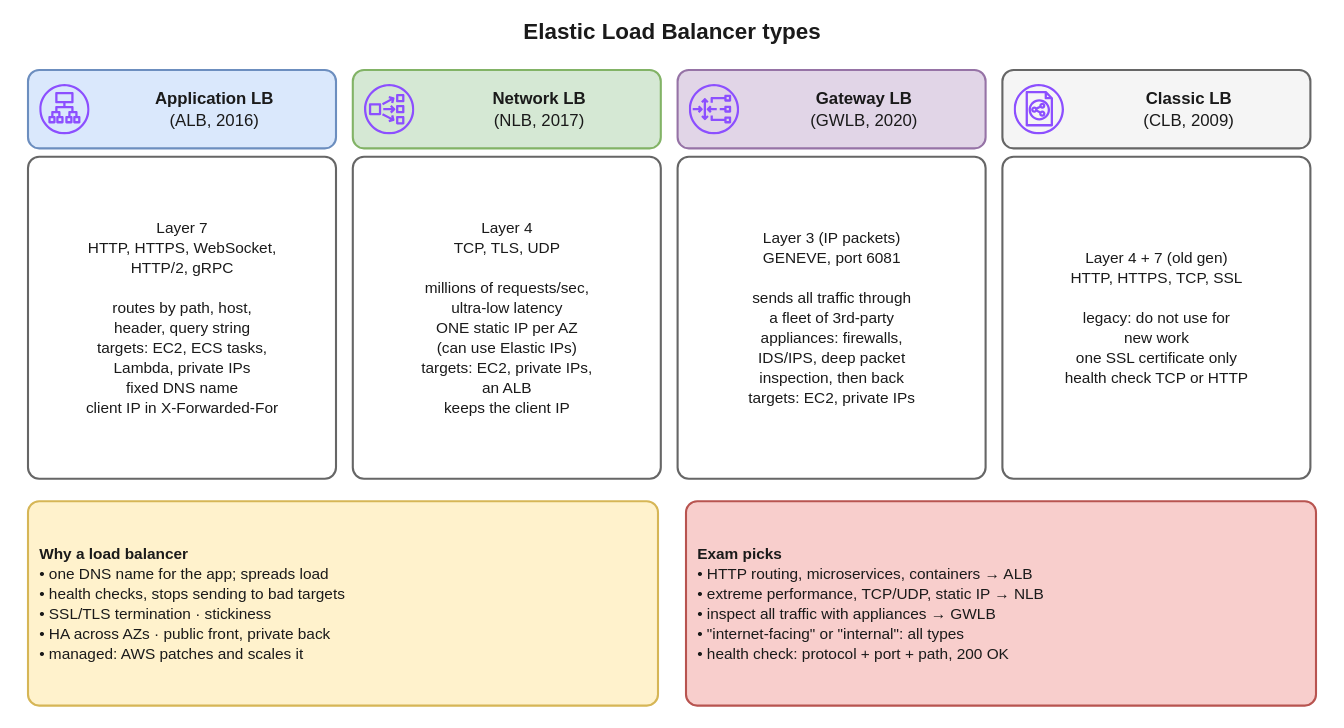
Above: interview-prep/aws/diagrams/elb-01-types.drawio.svg in suraj9741/interview (draw.io), before the change. Source tidied: cells renumbered, new cells last; positions are measured from the earlier drawing's top-left corner, leaving out a move shared by most shapes. The source it was exported from:
```xml
<mxGraphModel>
  <root>
    <mxCell id="0" />
    <mxCell id="1" parent="0" />
    <mxCell id="2" value="Elastic Load Balancer types" style="text;strokeColor=none;fillColor=none;whiteSpace=wrap;html=1;fontSize=16;fontColor=#1a1a1a;fontFamily=Helvetica;align=center;verticalAlign=middle;fontStyle=1;" parent="1" vertex="1">
      <mxGeometry width="960" height="28" as="geometry" />
    </mxCell>
    <mxCell id="3" value="&lt;b&gt;Application LB&lt;/b&gt;&lt;br&gt;(ALB, 2016)" style="rounded=1;absoluteArcSize=1;arcSize=16;fillColor=#dae8fc;strokeColor=#6c8ebf;strokeWidth=1.5;whiteSpace=wrap;html=1;fontSize=12;fontColor=#1a1a1a;fontFamily=Helvetica;align=center;verticalAlign=middle;spacingLeft=46;" parent="1" vertex="1">
      <mxGeometry x="20" y="42" width="220" height="56" as="geometry" />
    </mxCell>
    <mxCell id="4" style="sketch=0;fontColor=#232F3E;gradientColor=none;dashed=0;verticalLabelPosition=bottom;verticalAlign=top;align=center;html=1;fontSize=12;fontStyle=0;fillColor=#8C4FFF;strokeColor=none;shape=mxgraph.aws4.application_load_balancer;" parent="1" vertex="1">
      <mxGeometry x="28" y="52" width="36" height="36" as="geometry" />
    </mxCell>
    <mxCell id="5" value="Layer 7&lt;br&gt;HTTP, HTTPS, WebSocket,&lt;br&gt;HTTP/2, gRPC&lt;br&gt;&lt;br&gt;routes by path, host,&lt;br&gt;header, query string&lt;br&gt;targets: EC2, ECS tasks,&lt;br&gt;Lambda, private IPs&lt;br&gt;fixed DNS name&lt;br&gt;client IP in X-Forwarded-For" style="rounded=1;absoluteArcSize=1;arcSize=16;fillColor=#ffffff;strokeColor=#666666;strokeWidth=1.5;whiteSpace=wrap;html=1;fontSize=11;fontColor=#1a1a1a;fontFamily=Helvetica;align=center;verticalAlign=middle;" parent="1" vertex="1">
      <mxGeometry x="20" y="104" width="220" height="230" as="geometry" />
    </mxCell>
    <mxCell id="6" value="&lt;b&gt;Network LB&lt;/b&gt;&lt;br&gt;(NLB, 2017)" style="rounded=1;absoluteArcSize=1;arcSize=16;fillColor=#d5e8d4;strokeColor=#82b366;strokeWidth=1.5;whiteSpace=wrap;html=1;fontSize=12;fontColor=#1a1a1a;fontFamily=Helvetica;align=center;verticalAlign=middle;spacingLeft=46;" parent="1" vertex="1">
      <mxGeometry x="252" y="42" width="220" height="56" as="geometry" />
    </mxCell>
    <mxCell id="7" style="sketch=0;fontColor=#232F3E;gradientColor=none;dashed=0;verticalLabelPosition=bottom;verticalAlign=top;align=center;html=1;fontSize=12;fontStyle=0;fillColor=#8C4FFF;strokeColor=none;shape=mxgraph.aws4.network_load_balancer;" parent="1" vertex="1">
      <mxGeometry x="260" y="52" width="36" height="36" as="geometry" />
    </mxCell>
    <mxCell id="8" value="Layer 4&lt;br&gt;TCP, TLS, UDP&lt;br&gt;&lt;br&gt;millions of requests/sec,&lt;br&gt;ultra-low latency&lt;br&gt;ONE static IP per AZ&lt;br&gt;(can use Elastic IPs)&lt;br&gt;targets: EC2, private IPs,&lt;br&gt;an ALB&lt;br&gt;keeps the client IP" style="rounded=1;absoluteArcSize=1;arcSize=16;fillColor=#ffffff;strokeColor=#666666;strokeWidth=1.5;whiteSpace=wrap;html=1;fontSize=11;fontColor=#1a1a1a;fontFamily=Helvetica;align=center;verticalAlign=middle;" parent="1" vertex="1">
      <mxGeometry x="252" y="104" width="220" height="230" as="geometry" />
    </mxCell>
    <mxCell id="9" value="&lt;b&gt;Gateway LB&lt;/b&gt;&lt;br&gt;(GWLB, 2020)" style="rounded=1;absoluteArcSize=1;arcSize=16;fillColor=#e1d5e7;strokeColor=#9673a6;strokeWidth=1.5;whiteSpace=wrap;html=1;fontSize=12;fontColor=#1a1a1a;fontFamily=Helvetica;align=center;verticalAlign=middle;spacingLeft=46;" parent="1" vertex="1">
      <mxGeometry x="484" y="42" width="220" height="56" as="geometry" />
    </mxCell>
    <mxCell id="10" style="sketch=0;fontColor=#232F3E;gradientColor=none;dashed=0;verticalLabelPosition=bottom;verticalAlign=top;align=center;html=1;fontSize=12;fontStyle=0;fillColor=#8C4FFF;strokeColor=none;shape=mxgraph.aws4.gateway_load_balancer;" parent="1" vertex="1">
      <mxGeometry x="492" y="52" width="36" height="36" as="geometry" />
    </mxCell>
    <mxCell id="11" value="Layer 3 (IP packets)&lt;br&gt;GENEVE, port 6081&lt;br&gt;&lt;br&gt;sends all traffic through&lt;br&gt;a fleet of 3rd-party&lt;br&gt;appliances: firewalls,&lt;br&gt;IDS/IPS, deep packet&lt;br&gt;inspection, then back&lt;br&gt;targets: EC2, private IPs" style="rounded=1;absoluteArcSize=1;arcSize=16;fillColor=#ffffff;strokeColor=#666666;strokeWidth=1.5;whiteSpace=wrap;html=1;fontSize=11;fontColor=#1a1a1a;fontFamily=Helvetica;align=center;verticalAlign=middle;" parent="1" vertex="1">
      <mxGeometry x="484" y="104" width="220" height="230" as="geometry" />
    </mxCell>
    <mxCell id="12" value="&lt;b&gt;Classic LB&lt;/b&gt;&lt;br&gt;(CLB, 2009)" style="rounded=1;absoluteArcSize=1;arcSize=16;fillColor=#f5f5f5;strokeColor=#666666;strokeWidth=1.5;whiteSpace=wrap;html=1;fontSize=12;fontColor=#1a1a1a;fontFamily=Helvetica;align=center;verticalAlign=middle;spacingLeft=46;" parent="1" vertex="1">
      <mxGeometry x="716" y="42" width="220" height="56" as="geometry" />
    </mxCell>
    <mxCell id="13" style="sketch=0;fontColor=#232F3E;gradientColor=none;dashed=0;verticalLabelPosition=bottom;verticalAlign=top;align=center;html=1;fontSize=12;fontStyle=0;fillColor=#8C4FFF;strokeColor=none;shape=mxgraph.aws4.classic_load_balancer;" parent="1" vertex="1">
      <mxGeometry x="724" y="52" width="36" height="36" as="geometry" />
    </mxCell>
    <mxCell id="14" value="Layer 4 + 7 (old gen)&lt;br&gt;HTTP, HTTPS, TCP, SSL&lt;br&gt;&lt;br&gt;legacy: do not use for&lt;br&gt;new work&lt;br&gt;one SSL certificate only&lt;br&gt;health check TCP or HTTP" style="rounded=1;absoluteArcSize=1;arcSize=16;fillColor=#ffffff;strokeColor=#666666;strokeWidth=1.5;whiteSpace=wrap;html=1;fontSize=11;fontColor=#1a1a1a;fontFamily=Helvetica;align=center;verticalAlign=middle;" parent="1" vertex="1">
      <mxGeometry x="716" y="104" width="220" height="230" as="geometry" />
    </mxCell>
    <mxCell id="15" value="&lt;b&gt;Why a load balancer&lt;/b&gt;&lt;br&gt;• one DNS name for the app; spreads load&lt;br&gt;• health checks, stops sending to bad targets&lt;br&gt;• SSL/TLS termination · stickiness&lt;br&gt;• HA across AZs · public front, private back&lt;br&gt;• managed: AWS patches and scales it" style="rounded=1;absoluteArcSize=1;arcSize=16;fillColor=#fff2cc;strokeColor=#d6b656;strokeWidth=1.5;whiteSpace=wrap;html=1;fontSize=11;fontColor=#1a1a1a;fontFamily=Helvetica;align=left;verticalAlign=middle;spacingLeft=6;" parent="1" vertex="1">
      <mxGeometry x="20" y="350" width="450" height="146" as="geometry" />
    </mxCell>
    <mxCell id="16" value="&lt;b&gt;Exam picks&lt;/b&gt;&lt;br&gt;• HTTP routing, microservices, containers → ALB&lt;br&gt;• extreme performance, TCP/UDP, static IP → NLB&lt;br&gt;• inspect all traffic with appliances → GWLB&lt;br&gt;• &quot;internet-facing&quot; or &quot;internal&quot;: all types&lt;br&gt;• health check: protocol + port + path, 200 OK" style="rounded=1;absoluteArcSize=1;arcSize=16;fillColor=#f8cecc;strokeColor=#b85450;strokeWidth=1.5;whiteSpace=wrap;html=1;fontSize=11;fontColor=#1a1a1a;fontFamily=Helvetica;align=left;verticalAlign=middle;spacingLeft=6;" parent="1" vertex="1">
      <mxGeometry x="490" y="350" width="450" height="146" as="geometry" />
    </mxCell>
  </root>
</mxGraphModel>
```
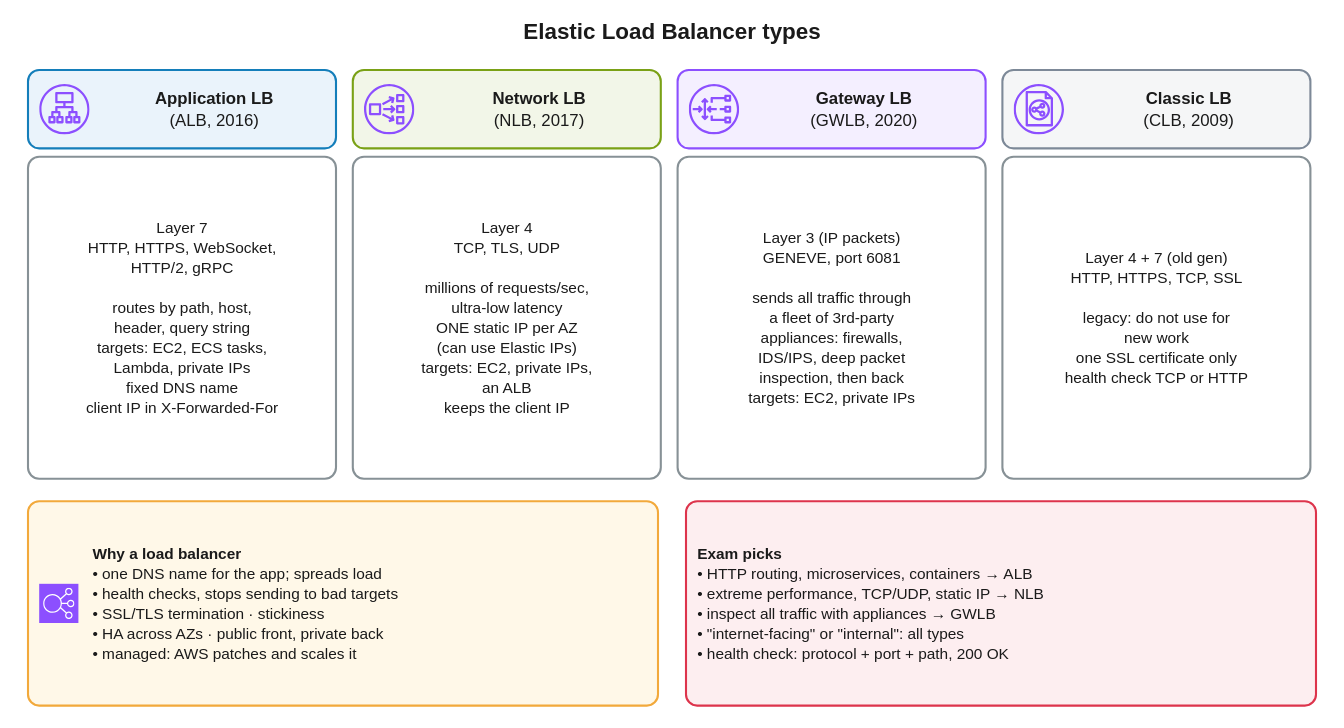
After the change.

The edit, as a diff of the source:
```diff
@@ -5,46 +5,49 @@
     <mxCell id="2" value="Elastic Load Balancer types" style="text;strokeColor=none;fillColor=none;whiteSpace=wrap;html=1;fontSize=16;fontColor=#1a1a1a;fontFamily=Helvetica;align=center;verticalAlign=middle;fontStyle=1;" parent="1" vertex="1">
       <mxGeometry width="960" height="28" as="geometry" />
     </mxCell>
-    <mxCell id="3" value="&lt;b&gt;Application LB&lt;/b&gt;&lt;br&gt;(ALB, 2016)" style="rounded=1;absoluteArcSize=1;arcSize=16;fillColor=#dae8fc;strokeColor=#6c8ebf;strokeWidth=1.5;whiteSpace=wrap;html=1;fontSize=12;fontColor=#1a1a1a;fontFamily=Helvetica;align=center;verticalAlign=middle;spacingLeft=46;" parent="1" vertex="1">
+    <mxCell id="3" value="&lt;b&gt;Application LB&lt;/b&gt;&lt;br&gt;(ALB, 2016)" style="rounded=1;absoluteArcSize=1;arcSize=16;fillColor=#EAF3FB;strokeColor=#147EBA;strokeWidth=1.5;whiteSpace=wrap;html=1;fontSize=12;fontColor=#1a1a1a;fontFamily=Helvetica;align=center;verticalAlign=middle;spacingLeft=46;" parent="1" vertex="1">
       <mxGeometry x="20" y="42" width="220" height="56" as="geometry" />
     </mxCell>
     <mxCell id="4" style="sketch=0;fontColor=#232F3E;gradientColor=none;dashed=0;verticalLabelPosition=bottom;verticalAlign=top;align=center;html=1;fontSize=12;fontStyle=0;fillColor=#8C4FFF;strokeColor=none;shape=mxgraph.aws4.application_load_balancer;" parent="1" vertex="1">
       <mxGeometry x="28" y="52" width="36" height="36" as="geometry" />
     </mxCell>
-    <mxCell id="5" value="Layer 7&lt;br&gt;HTTP, HTTPS, WebSocket,&lt;br&gt;HTTP/2, gRPC&lt;br&gt;&lt;br&gt;routes by path, host,&lt;br&gt;header, query string&lt;br&gt;targets: EC2, ECS tasks,&lt;br&gt;Lambda, private IPs&lt;br&gt;fixed DNS name&lt;br&gt;client IP in X-Forwarded-For" style="rounded=1;absoluteArcSize=1;arcSize=16;fillColor=#ffffff;strokeColor=#666666;strokeWidth=1.5;whiteSpace=wrap;html=1;fontSize=11;fontColor=#1a1a1a;fontFamily=Helvetica;align=center;verticalAlign=middle;" parent="1" vertex="1">
+    <mxCell id="5" value="Layer 7&lt;br&gt;HTTP, HTTPS, WebSocket,&lt;br&gt;HTTP/2, gRPC&lt;br&gt;&lt;br&gt;routes by path, host,&lt;br&gt;header, query string&lt;br&gt;targets: EC2, ECS tasks,&lt;br&gt;Lambda, private IPs&lt;br&gt;fixed DNS name&lt;br&gt;client IP in X-Forwarded-For" style="rounded=1;absoluteArcSize=1;arcSize=16;fillColor=#FFFFFF;strokeColor=#879196;strokeWidth=1.5;whiteSpace=wrap;html=1;fontSize=11;fontColor=#1a1a1a;fontFamily=Helvetica;align=center;verticalAlign=middle;" parent="1" vertex="1">
       <mxGeometry x="20" y="104" width="220" height="230" as="geometry" />
     </mxCell>
-    <mxCell id="6" value="&lt;b&gt;Network LB&lt;/b&gt;&lt;br&gt;(NLB, 2017)" style="rounded=1;absoluteArcSize=1;arcSize=16;fillColor=#d5e8d4;strokeColor=#82b366;strokeWidth=1.5;whiteSpace=wrap;html=1;fontSize=12;fontColor=#1a1a1a;fontFamily=Helvetica;align=center;verticalAlign=middle;spacingLeft=46;" parent="1" vertex="1">
+    <mxCell id="6" value="&lt;b&gt;Network LB&lt;/b&gt;&lt;br&gt;(NLB, 2017)" style="rounded=1;absoluteArcSize=1;arcSize=16;fillColor=#F2F6E8;strokeColor=#7AA116;strokeWidth=1.5;whiteSpace=wrap;html=1;fontSize=12;fontColor=#1a1a1a;fontFamily=Helvetica;align=center;verticalAlign=middle;spacingLeft=46;" parent="1" vertex="1">
       <mxGeometry x="252" y="42" width="220" height="56" as="geometry" />
     </mxCell>
     <mxCell id="7" style="sketch=0;fontColor=#232F3E;gradientColor=none;dashed=0;verticalLabelPosition=bottom;verticalAlign=top;align=center;html=1;fontSize=12;fontStyle=0;fillColor=#8C4FFF;strokeColor=none;shape=mxgraph.aws4.network_load_balancer;" parent="1" vertex="1">
       <mxGeometry x="260" y="52" width="36" height="36" as="geometry" />
     </mxCell>
-    <mxCell id="8" value="Layer 4&lt;br&gt;TCP, TLS, UDP&lt;br&gt;&lt;br&gt;millions of requests/sec,&lt;br&gt;ultra-low latency&lt;br&gt;ONE static IP per AZ&lt;br&gt;(can use Elastic IPs)&lt;br&gt;targets: EC2, private IPs,&lt;br&gt;an ALB&lt;br&gt;keeps the client IP" style="rounded=1;absoluteArcSize=1;arcSize=16;fillColor=#ffffff;strokeColor=#666666;strokeWidth=1.5;whiteSpace=wrap;html=1;fontSize=11;fontColor=#1a1a1a;fontFamily=Helvetica;align=center;verticalAlign=middle;" parent="1" vertex="1">
+    <mxCell id="8" value="Layer 4&lt;br&gt;TCP, TLS, UDP&lt;br&gt;&lt;br&gt;millions of requests/sec,&lt;br&gt;ultra-low latency&lt;br&gt;ONE static IP per AZ&lt;br&gt;(can use Elastic IPs)&lt;br&gt;targets: EC2, private IPs,&lt;br&gt;an ALB&lt;br&gt;keeps the client IP" style="rounded=1;absoluteArcSize=1;arcSize=16;fillColor=#FFFFFF;strokeColor=#879196;strokeWidth=1.5;whiteSpace=wrap;html=1;fontSize=11;fontColor=#1a1a1a;fontFamily=Helvetica;align=center;verticalAlign=middle;" parent="1" vertex="1">
       <mxGeometry x="252" y="104" width="220" height="230" as="geometry" />
     </mxCell>
-    <mxCell id="9" value="&lt;b&gt;Gateway LB&lt;/b&gt;&lt;br&gt;(GWLB, 2020)" style="rounded=1;absoluteArcSize=1;arcSize=16;fillColor=#e1d5e7;strokeColor=#9673a6;strokeWidth=1.5;whiteSpace=wrap;html=1;fontSize=12;fontColor=#1a1a1a;fontFamily=Helvetica;align=center;verticalAlign=middle;spacingLeft=46;" parent="1" vertex="1">
+    <mxCell id="9" value="&lt;b&gt;Gateway LB&lt;/b&gt;&lt;br&gt;(GWLB, 2020)" style="rounded=1;absoluteArcSize=1;arcSize=16;fillColor=#F4EFFF;strokeColor=#8C4FFF;strokeWidth=1.5;whiteSpace=wrap;html=1;fontSize=12;fontColor=#1a1a1a;fontFamily=Helvetica;align=center;verticalAlign=middle;spacingLeft=46;" parent="1" vertex="1">
       <mxGeometry x="484" y="42" width="220" height="56" as="geometry" />
     </mxCell>
     <mxCell id="10" style="sketch=0;fontColor=#232F3E;gradientColor=none;dashed=0;verticalLabelPosition=bottom;verticalAlign=top;align=center;html=1;fontSize=12;fontStyle=0;fillColor=#8C4FFF;strokeColor=none;shape=mxgraph.aws4.gateway_load_balancer;" parent="1" vertex="1">
       <mxGeometry x="492" y="52" width="36" height="36" as="geometry" />
     </mxCell>
-    <mxCell id="11" value="Layer 3 (IP packets)&lt;br&gt;GENEVE, port 6081&lt;br&gt;&lt;br&gt;sends all traffic through&lt;br&gt;a fleet of 3rd-party&lt;br&gt;appliances: firewalls,&lt;br&gt;IDS/IPS, deep packet&lt;br&gt;inspection, then back&lt;br&gt;targets: EC2, private IPs" style="rounded=1;absoluteArcSize=1;arcSize=16;fillColor=#ffffff;strokeColor=#666666;strokeWidth=1.5;whiteSpace=wrap;html=1;fontSize=11;fontColor=#1a1a1a;fontFamily=Helvetica;align=center;verticalAlign=middle;" parent="1" vertex="1">
+    <mxCell id="11" value="Layer 3 (IP packets)&lt;br&gt;GENEVE, port 6081&lt;br&gt;&lt;br&gt;sends all traffic through&lt;br&gt;a fleet of 3rd-party&lt;br&gt;appliances: firewalls,&lt;br&gt;IDS/IPS, deep packet&lt;br&gt;inspection, then back&lt;br&gt;targets: EC2, private IPs" style="rounded=1;absoluteArcSize=1;arcSize=16;fillColor=#FFFFFF;strokeColor=#879196;strokeWidth=1.5;whiteSpace=wrap;html=1;fontSize=11;fontColor=#1a1a1a;fontFamily=Helvetica;align=center;verticalAlign=middle;" parent="1" vertex="1">
       <mxGeometry x="484" y="104" width="220" height="230" as="geometry" />
     </mxCell>
-    <mxCell id="12" value="&lt;b&gt;Classic LB&lt;/b&gt;&lt;br&gt;(CLB, 2009)" style="rounded=1;absoluteArcSize=1;arcSize=16;fillColor=#f5f5f5;strokeColor=#666666;strokeWidth=1.5;whiteSpace=wrap;html=1;fontSize=12;fontColor=#1a1a1a;fontFamily=Helvetica;align=center;verticalAlign=middle;spacingLeft=46;" parent="1" vertex="1">
+    <mxCell id="12" value="&lt;b&gt;Classic LB&lt;/b&gt;&lt;br&gt;(CLB, 2009)" style="rounded=1;absoluteArcSize=1;arcSize=16;fillColor=#F5F6F7;strokeColor=#7D8998;strokeWidth=1.5;whiteSpace=wrap;html=1;fontSize=12;fontColor=#1a1a1a;fontFamily=Helvetica;align=center;verticalAlign=middle;spacingLeft=46;" parent="1" vertex="1">
       <mxGeometry x="716" y="42" width="220" height="56" as="geometry" />
     </mxCell>
     <mxCell id="13" style="sketch=0;fontColor=#232F3E;gradientColor=none;dashed=0;verticalLabelPosition=bottom;verticalAlign=top;align=center;html=1;fontSize=12;fontStyle=0;fillColor=#8C4FFF;strokeColor=none;shape=mxgraph.aws4.classic_load_balancer;" parent="1" vertex="1">
       <mxGeometry x="724" y="52" width="36" height="36" as="geometry" />
     </mxCell>
-    <mxCell id="14" value="Layer 4 + 7 (old gen)&lt;br&gt;HTTP, HTTPS, TCP, SSL&lt;br&gt;&lt;br&gt;legacy: do not use for&lt;br&gt;new work&lt;br&gt;one SSL certificate only&lt;br&gt;health check TCP or HTTP" style="rounded=1;absoluteArcSize=1;arcSize=16;fillColor=#ffffff;strokeColor=#666666;strokeWidth=1.5;whiteSpace=wrap;html=1;fontSize=11;fontColor=#1a1a1a;fontFamily=Helvetica;align=center;verticalAlign=middle;" parent="1" vertex="1">
+    <mxCell id="14" value="Layer 4 + 7 (old gen)&lt;br&gt;HTTP, HTTPS, TCP, SSL&lt;br&gt;&lt;br&gt;legacy: do not use for&lt;br&gt;new work&lt;br&gt;one SSL certificate only&lt;br&gt;health check TCP or HTTP" style="rounded=1;absoluteArcSize=1;arcSize=16;fillColor=#FFFFFF;strokeColor=#879196;strokeWidth=1.5;whiteSpace=wrap;html=1;fontSize=11;fontColor=#1a1a1a;fontFamily=Helvetica;align=center;verticalAlign=middle;" parent="1" vertex="1">
       <mxGeometry x="716" y="104" width="220" height="230" as="geometry" />
     </mxCell>
-    <mxCell id="15" value="&lt;b&gt;Why a load balancer&lt;/b&gt;&lt;br&gt;• one DNS name for the app; spreads load&lt;br&gt;• health checks, stops sending to bad targets&lt;br&gt;• SSL/TLS termination · stickiness&lt;br&gt;• HA across AZs · public front, private back&lt;br&gt;• managed: AWS patches and scales it" style="rounded=1;absoluteArcSize=1;arcSize=16;fillColor=#fff2cc;strokeColor=#d6b656;strokeWidth=1.5;whiteSpace=wrap;html=1;fontSize=11;fontColor=#1a1a1a;fontFamily=Helvetica;align=left;verticalAlign=middle;spacingLeft=6;" parent="1" vertex="1">
+    <mxCell id="15" value="&lt;b&gt;Why a load balancer&lt;/b&gt;&lt;br&gt;• one DNS name for the app; spreads load&lt;br&gt;• health checks, stops sending to bad targets&lt;br&gt;• SSL/TLS termination · stickiness&lt;br&gt;• HA across AZs · public front, private back&lt;br&gt;• managed: AWS patches and scales it" style="rounded=1;absoluteArcSize=1;arcSize=16;fillColor=#FFF8E8;strokeColor=#F2A93B;strokeWidth=1.5;whiteSpace=wrap;html=1;fontSize=11;fontColor=#1a1a1a;fontFamily=Helvetica;align=left;verticalAlign=middle;spacingLeft=44;" parent="1" vertex="1">
       <mxGeometry x="20" y="350" width="450" height="146" as="geometry" />
     </mxCell>
+    <mxCell id="17" style="sketch=0;fontColor=#232F3E;gradientColor=none;dashed=0;verticalLabelPosition=bottom;verticalAlign=top;align=center;html=1;fontSize=12;fontStyle=0;fillColor=#8C4FFF;strokeColor=#ffffff;shape=mxgraph.aws4.resourceIcon;resIcon=mxgraph.aws4.elastic_load_balancing;" parent="1" vertex="1">
+      <mxGeometry x="28" y="409" width="28" height="28" as="geometry" />
+    </mxCell>
-    <mxCell id="16" value="&lt;b&gt;Exam picks&lt;/b&gt;&lt;br&gt;• HTTP routing, microservices, containers → ALB&lt;br&gt;• extreme performance, TCP/UDP, static IP → NLB&lt;br&gt;• inspect all traffic with appliances → GWLB&lt;br&gt;• &quot;internet-facing&quot; or &quot;internal&quot;: all types&lt;br&gt;• health check: protocol + port + path, 200 OK" style="rounded=1;absoluteArcSize=1;arcSize=16;fillColor=#f8cecc;strokeColor=#b85450;strokeWidth=1.5;whiteSpace=wrap;html=1;fontSize=11;fontColor=#1a1a1a;fontFamily=Helvetica;align=left;verticalAlign=middle;spacingLeft=6;" parent="1" vertex="1">
+    <mxCell id="16" value="&lt;b&gt;Exam picks&lt;/b&gt;&lt;br&gt;• HTTP routing, microservices, containers → ALB&lt;br&gt;• extreme performance, TCP/UDP, static IP → NLB&lt;br&gt;• inspect all traffic with appliances → GWLB&lt;br&gt;• &quot;internet-facing&quot; or &quot;internal&quot;: all types&lt;br&gt;• health check: protocol + port + path, 200 OK" style="rounded=1;absoluteArcSize=1;arcSize=16;fillColor=#FDEEF0;strokeColor=#DD344C;strokeWidth=1.5;whiteSpace=wrap;html=1;fontSize=11;fontColor=#1a1a1a;fontFamily=Helvetica;align=left;verticalAlign=middle;spacingLeft=6;" parent="1" vertex="1">
       <mxGeometry x="490" y="350" width="450" height="146" as="geometry" />
     </mxCell>
   </root>
```
